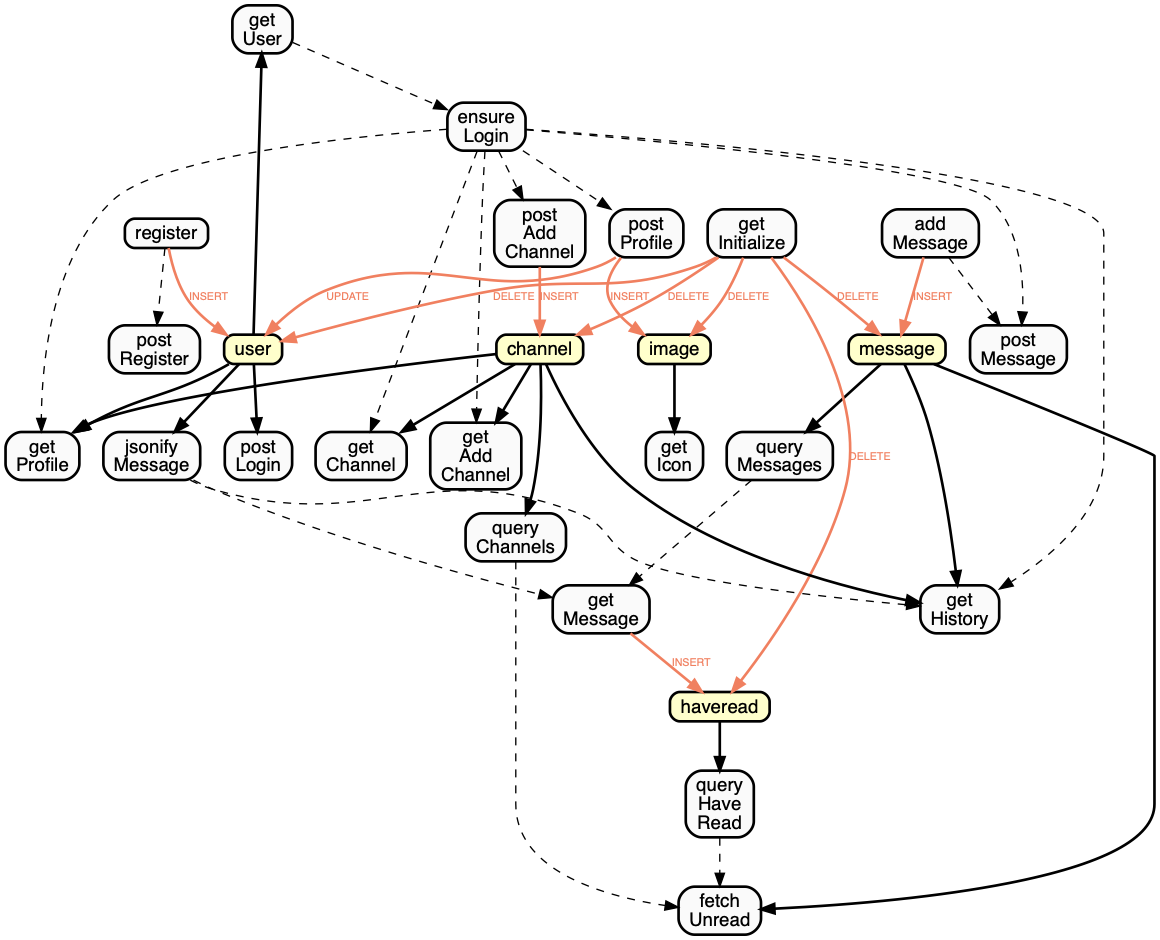
Above: utils/sqlmap.png in Muratam/isucon7q2019 (Graphviz), before the change. Its source is kept beside it as utils/sqlmap.dot. Source of this version:
```dot
    digraph  {
      layout = "dot";
      node[
        width = 0.2,
        height = 0.2,
        fontname = "Helvetica",
        style = "filled",
        fillcolor = "#fafafa",
        shape = box,
        style = "filled, bold, rounded"
      ];
      edge[
        len = 0.1,
        fontsize = "8",
        fontname = "Helvetica",
        style = "dashed",
    ];
      getUser -> ensureLogin;
ensureLogin[label="ensure
Login"];
getUser[label="get
User"];
ensureLogin -> getChannel;
getChannel[label="get
Channel"];
ensureLogin[label="ensure
Login"];
register -> postRegister;
postRegister[label="post
Register"];
register[label="register"];
ensureLogin -> postMessage;
postMessage[label="post
Message"];
ensureLogin[label="ensure
Login"];
addMessage -> postMessage;
postMessage[label="post
Message"];
addMessage[label="add
Message"];
queryMessages -> getMessage;
getMessage[label="get
Message"];
queryMessages[label="query
Messages"];
jsonifyMessage -> getMessage;
getMessage[label="get
Message"];
jsonifyMessage[label="jsonify
Message"];
queryChannels -> fetchUnread;
fetchUnread[label="fetch
Unread"];
queryChannels[label="query
Channels"];
queryHaveRead -> fetchUnread;
fetchUnread[label="fetch
Unread"];
queryHaveRead[label="query
Have
Read"];
ensureLogin -> getHistory;
getHistory[label="get
History"];
ensureLogin[label="ensure
Login"];
jsonifyMessage -> getHistory;
getHistory[label="get
History"];
jsonifyMessage[label="jsonify
Message"];
ensureLogin -> getProfile;
getProfile[label="get
Profile"];
ensureLogin[label="ensure
Login"];
ensureLogin -> getAddChannel;
getAddChannel[label="get
Add
Channel"];
ensureLogin[label="ensure
Login"];
ensureLogin -> postAddChannel;
postAddChannel[label="post
Add
Channel"];
ensureLogin[label="ensure
Login"];
ensureLogin -> postProfile;
postProfile[label="post
Profile"];
ensureLogin[label="ensure
Login"];

      user -> getUser[style="bold"];
user[label="user",shape=box, style="filled, bold, rounded", fillcolor="#ffffcc"];
getUser[label="get
User"];
addMessage -> message[style="bold",label="INSERT",color="#f08060",fontcolor="#f08060"];
message[label="message",shape=box, style="filled, bold, rounded", fillcolor="#ffffcc"];
addMessage[label="add
Message"];
message -> queryMessages[style="bold"];
message[label="message",shape=box, style="filled, bold, rounded", fillcolor="#ffffcc"];
queryMessages[label="query
Messages"];
register -> user[style="bold",label="INSERT",color="#f08060",fontcolor="#f08060"];
user[label="user",shape=box, style="filled, bold, rounded", fillcolor="#ffffcc"];
register[label="register"];
getInitialize -> user[style="bold",label="DELETE",color="#f08060",fontcolor="#f08060"];
user[label="user",shape=box, style="filled, bold, rounded", fillcolor="#ffffcc"];
getInitialize -> image[style="bold",label="DELETE",color="#f08060",fontcolor="#f08060"];
image[label="image",shape=box, style="filled, bold, rounded", fillcolor="#ffffcc"];
getInitialize -> channel[style="bold",label="DELETE",color="#f08060",fontcolor="#f08060"];
channel[label="channel",shape=box, style="filled, bold, rounded", fillcolor="#ffffcc"];
getInitialize -> message[style="bold",label="DELETE",color="#f08060",fontcolor="#f08060"];
message[label="message",shape=box, style="filled, bold, rounded", fillcolor="#ffffcc"];
getInitialize -> haveread[style="bold",label="DELETE",color="#f08060",fontcolor="#f08060"];
haveread[label="haveread",shape=box, style="filled, bold, rounded", fillcolor="#ffffcc"];
getInitialize[label="get
Initialize"];
channel -> getChannel[style="bold"];
channel[label="channel",shape=box, style="filled, bold, rounded", fillcolor="#ffffcc"];
getChannel[label="get
Channel"];
user -> postLogin[style="bold"];
user[label="user",shape=box, style="filled, bold, rounded", fillcolor="#ffffcc"];
postLogin[label="post
Login"];
user -> jsonifyMessage[style="bold"];
user[label="user",shape=box, style="filled, bold, rounded", fillcolor="#ffffcc"];
jsonifyMessage[label="jsonify
Message"];
getMessage -> haveread[style="bold",label="INSERT",color="#f08060",fontcolor="#f08060"];
haveread[label="haveread",shape=box, style="filled, bold, rounded", fillcolor="#ffffcc"];
getMessage[label="get
Message"];
channel -> queryChannels[style="bold"];
channel[label="channel",shape=box, style="filled, bold, rounded", fillcolor="#ffffcc"];
queryChannels[label="query
Channels"];
haveread -> queryHaveRead[style="bold"];
haveread[label="haveread",shape=box, style="filled, bold, rounded", fillcolor="#ffffcc"];
queryHaveRead[label="query
Have
Read"];
message -> fetchUnread[style="bold"];
message[label="message",shape=box, style="filled, bold, rounded", fillcolor="#ffffcc"];
fetchUnread[label="fetch
Unread"];
message -> getHistory[style="bold"];
message[label="message",shape=box, style="filled, bold, rounded", fillcolor="#ffffcc"];
channel -> getHistory[style="bold"];
channel[label="channel",shape=box, style="filled, bold, rounded", fillcolor="#ffffcc"];
getHistory[label="get
History"];
channel -> getProfile[style="bold"];
channel[label="channel",shape=box, style="filled, bold, rounded", fillcolor="#ffffcc"];
user -> getProfile[style="bold"];
user[label="user",shape=box, style="filled, bold, rounded", fillcolor="#ffffcc"];
getProfile[label="get
Profile"];
channel -> getAddChannel[style="bold"];
channel[label="channel",shape=box, style="filled, bold, rounded", fillcolor="#ffffcc"];
getAddChannel[label="get
Add
Channel"];
postAddChannel -> channel[style="bold",label="INSERT",color="#f08060",fontcolor="#f08060"];
channel[label="channel",shape=box, style="filled, bold, rounded", fillcolor="#ffffcc"];
postAddChannel[label="post
Add
Channel"];
postProfile -> image[style="bold",label="INSERT",color="#f08060",fontcolor="#f08060"];
image[label="image",shape=box, style="filled, bold, rounded", fillcolor="#ffffcc"];
postProfile -> user[style="bold",label="UPDATE",color="#f08060",fontcolor="#f08060"];
user[label="user",shape=box, style="filled, bold, rounded", fillcolor="#ffffcc"];
postProfile[label="post
Profile"];
image -> getIcon[style="bold"];
image[label="image",shape=box, style="filled, bold, rounded", fillcolor="#ffffcc"];
getIcon[label="get
Icon"];

    }

```
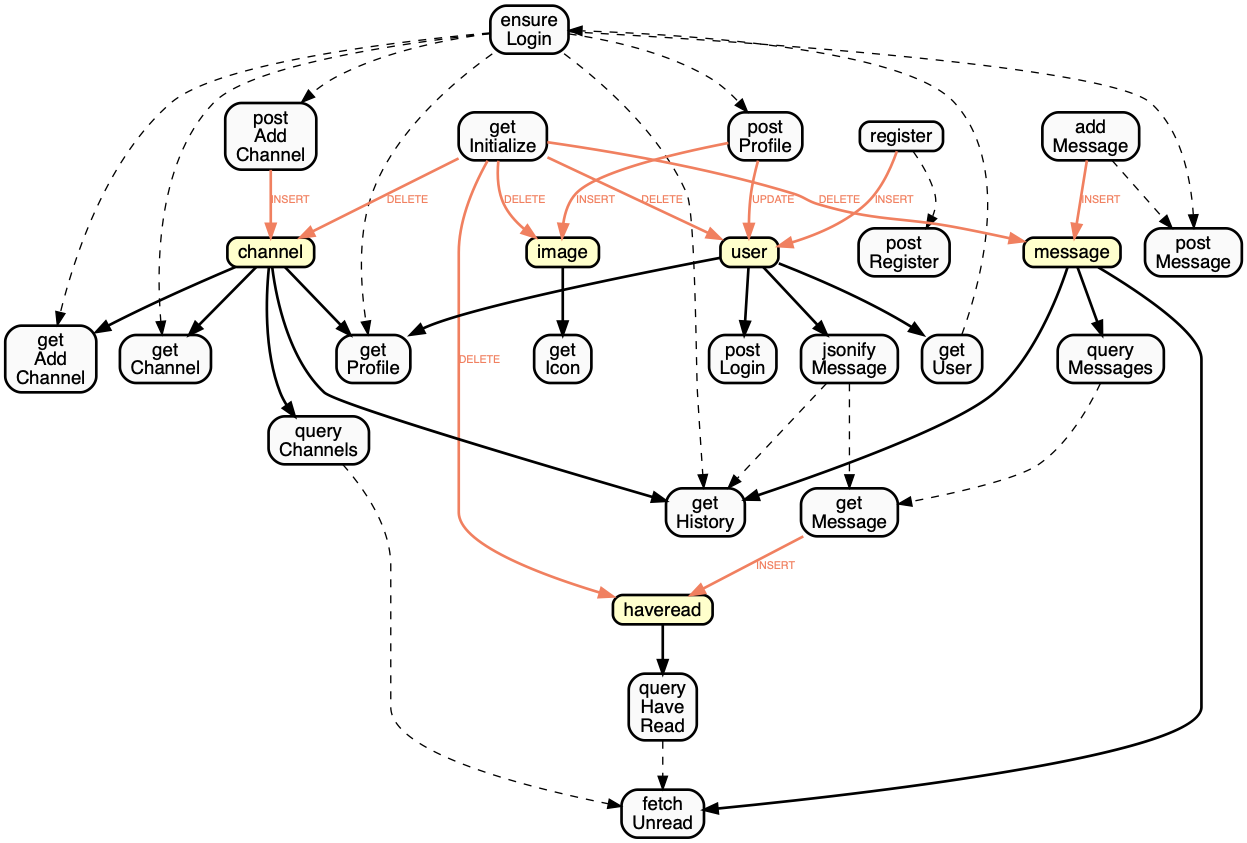
Above is the later version.

The edit, as a diff of the source:
```diff
@@ -15,41 +15,7 @@
         fontname = "Helvetica",
         style = "dashed",
     ];
-      getUser -> ensureLogin;
-ensureLogin[label="ensure
-Login"];
-getUser[label="get
-User"];
-ensureLogin -> getChannel;
-getChannel[label="get
-Channel"];
-ensureLogin[label="ensure
-Login"];
-register -> postRegister;
-postRegister[label="post
-Register"];
-register[label="register"];
-ensureLogin -> postMessage;
-postMessage[label="post
-Message"];
-ensureLogin[label="ensure
-Login"];
-addMessage -> postMessage;
-postMessage[label="post
-Message"];
-addMessage[label="add
-Message"];
-queryMessages -> getMessage;
-getMessage[label="get
-Message"];
-queryMessages[label="query
-Messages"];
-jsonifyMessage -> getMessage;
-getMessage[label="get
-Message"];
-jsonifyMessage[label="jsonify
-Message"];
-queryChannels -> fetchUnread;
+      queryChannels -> fetchUnread;
 fetchUnread[label="fetch
 Unread"];
 queryChannels[label="query
@@ -81,6 +47,26 @@
 Channel"];
 ensureLogin[label="ensure
 Login"];
+ensureLogin -> getChannel;
+getChannel[label="get
+Channel"];
+ensureLogin[label="ensure
+Login"];
+getUser -> ensureLogin;
+ensureLogin[label="ensure
+Login"];
+getUser[label="get
+User"];
+queryMessages -> getMessage;
+getMessage[label="get
+Message"];
+queryMessages[label="query
+Messages"];
+jsonifyMessage -> getMessage;
+getMessage[label="get
+Message"];
+jsonifyMessage[label="jsonify
+Message"];
 ensureLogin -> postAddChannel;
 postAddChannel[label="post
 Add
@@ -92,23 +78,22 @@
 Profile"];
 ensureLogin[label="ensure
 Login"];
-
-      user -> getUser[style="bold"];
-user[label="user",shape=box, style="filled, bold, rounded", fillcolor="#ffffcc"];
-getUser[label="get
-User"];
-addMessage -> message[style="bold",label="INSERT",color="#f08060",fontcolor="#f08060"];
-message[label="message",shape=box, style="filled, bold, rounded", fillcolor="#ffffcc"];
+ensureLogin -> postMessage;
+postMessage[label="post
+Message"];
+ensureLogin[label="ensure
+Login"];
+addMessage -> postMessage;
+postMessage[label="post
+Message"];
 addMessage[label="add
 Message"];
-message -> queryMessages[style="bold"];
-message[label="message",shape=box, style="filled, bold, rounded", fillcolor="#ffffcc"];
-queryMessages[label="query
-Messages"];
-register -> user[style="bold",label="INSERT",color="#f08060",fontcolor="#f08060"];
-user[label="user",shape=box, style="filled, bold, rounded", fillcolor="#ffffcc"];
+register -> postRegister;
+postRegister[label="post
+Register"];
 register[label="register"];
-getInitialize -> user[style="bold",label="DELETE",color="#f08060",fontcolor="#f08060"];
+
+      getInitialize -> user[style="bold",label="DELETE",color="#f08060",fontcolor="#f08060"];
 user[label="user",shape=box, style="filled, bold, rounded", fillcolor="#ffffcc"];
 getInitialize -> image[style="bold",label="DELETE",color="#f08060",fontcolor="#f08060"];
 image[label="image",shape=box, style="filled, bold, rounded", fillcolor="#ffffcc"];
@@ -120,31 +105,10 @@
 haveread[label="haveread",shape=box, style="filled, bold, rounded", fillcolor="#ffffcc"];
 getInitialize[label="get
 Initialize"];
-channel -> getChannel[style="bold"];
-channel[label="channel",shape=box, style="filled, bold, rounded", fillcolor="#ffffcc"];
-getChannel[label="get
-Channel"];
-user -> postLogin[style="bold"];
-user[label="user",shape=box, style="filled, bold, rounded", fillcolor="#ffffcc"];
-postLogin[label="post
-Login"];
-user -> jsonifyMessage[style="bold"];
-user[label="user",shape=box, style="filled, bold, rounded", fillcolor="#ffffcc"];
-jsonifyMessage[label="jsonify
-Message"];
-getMessage -> haveread[style="bold",label="INSERT",color="#f08060",fontcolor="#f08060"];
-haveread[label="haveread",shape=box, style="filled, bold, rounded", fillcolor="#ffffcc"];
-getMessage[label="get
-Message"];
-channel -> queryChannels[style="bold"];
-channel[label="channel",shape=box, style="filled, bold, rounded", fillcolor="#ffffcc"];
-queryChannels[label="query
-Channels"];
-haveread -> queryHaveRead[style="bold"];
-haveread[label="haveread",shape=box, style="filled, bold, rounded", fillcolor="#ffffcc"];
-queryHaveRead[label="query
-Have
-Read"];
+image -> getIcon[style="bold"];
+image[label="image",shape=box, style="filled, bold, rounded", fillcolor="#ffffcc"];
+getIcon[label="get
+Icon"];
 message -> fetchUnread[style="bold"];
 message[label="message",shape=box, style="filled, bold, rounded", fillcolor="#ffffcc"];
 fetchUnread[label="fetch
@@ -166,6 +130,42 @@
 getAddChannel[label="get
 Add
 Channel"];
+channel -> getChannel[style="bold"];
+channel[label="channel",shape=box, style="filled, bold, rounded", fillcolor="#ffffcc"];
+getChannel[label="get
+Channel"];
+user -> getUser[style="bold"];
+user[label="user",shape=box, style="filled, bold, rounded", fillcolor="#ffffcc"];
+getUser[label="get
+User"];
+message -> queryMessages[style="bold"];
+message[label="message",shape=box, style="filled, bold, rounded", fillcolor="#ffffcc"];
+queryMessages[label="query
+Messages"];
+register -> user[style="bold",label="INSERT",color="#f08060",fontcolor="#f08060"];
+user[label="user",shape=box, style="filled, bold, rounded", fillcolor="#ffffcc"];
+register[label="register"];
+user -> jsonifyMessage[style="bold"];
+user[label="user",shape=box, style="filled, bold, rounded", fillcolor="#ffffcc"];
+jsonifyMessage[label="jsonify
+Message"];
+getMessage -> haveread[style="bold",label="INSERT",color="#f08060",fontcolor="#f08060"];
+haveread[label="haveread",shape=box, style="filled, bold, rounded", fillcolor="#ffffcc"];
+getMessage[label="get
+Message"];
+channel -> queryChannels[style="bold"];
+channel[label="channel",shape=box, style="filled, bold, rounded", fillcolor="#ffffcc"];
+queryChannels[label="query
+Channels"];
+haveread -> queryHaveRead[style="bold"];
+haveread[label="haveread",shape=box, style="filled, bold, rounded", fillcolor="#ffffcc"];
+queryHaveRead[label="query
+Have
+Read"];
+addMessage -> message[style="bold",label="INSERT",color="#f08060",fontcolor="#f08060"];
+message[label="message",shape=box, style="filled, bold, rounded", fillcolor="#ffffcc"];
+addMessage[label="add
+Message"];
 postAddChannel -> channel[style="bold",label="INSERT",color="#f08060",fontcolor="#f08060"];
 channel[label="channel",shape=box, style="filled, bold, rounded", fillcolor="#ffffcc"];
 postAddChannel[label="post
@@ -177,10 +177,10 @@
 user[label="user",shape=box, style="filled, bold, rounded", fillcolor="#ffffcc"];
 postProfile[label="post
 Profile"];
-image -> getIcon[style="bold"];
-image[label="image",shape=box, style="filled, bold, rounded", fillcolor="#ffffcc"];
-getIcon[label="get
-Icon"];
+user -> postLogin[style="bold"];
+user[label="user",shape=box, style="filled, bold, rounded", fillcolor="#ffffcc"];
+postLogin[label="post
+Login"];
 
     }
 
```
